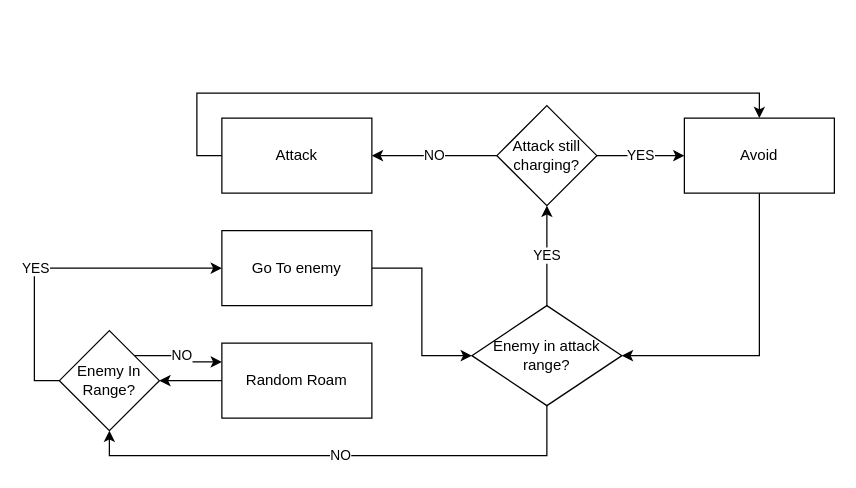
MikaelHans/Git_KB_UAS keeps this draw.io diagram as Diagrams/Basic Enemy State Machine.drawio. Above is the earlier version. Source tidied: cells renumbered, new cells numbered last; positions are measured from the earlier drawing's top-left corner, leaving out a move shared by most shapes. Both pictures are drawn from the tidied source at 125%, with x=0, y=0 at pixel (59, 105).
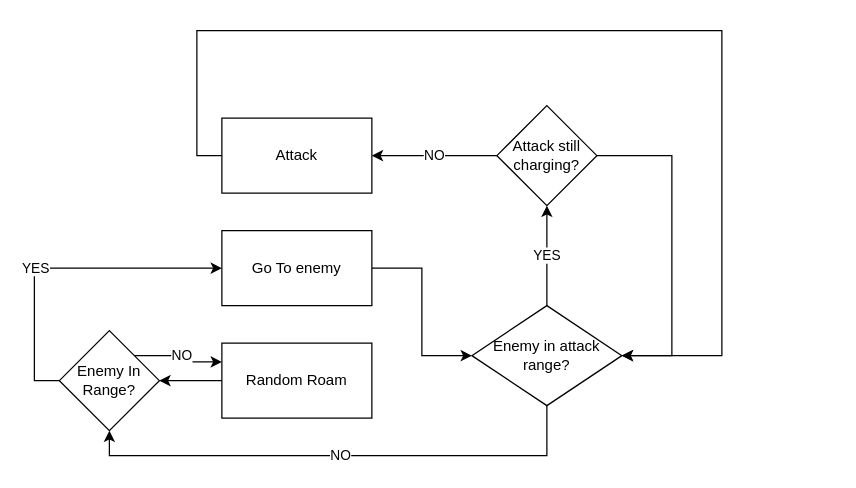
The same diagram, later.

Unchanged cells that the change refers to:
```xml
<mxCell id="11" value="Enemy in attack range?" style="rhombus;whiteSpace=wrap;html=1;" parent="1" vertex="1">
  <mxGeometry x="330" y="160" width="120" height="80" as="geometry" />
</mxCell>
<mxCell id="13" value="Attack" style="rounded=0;whiteSpace=wrap;html=1;" parent="1" vertex="1">
  <mxGeometry x="130" y="10" width="120" height="60" as="geometry" />
</mxCell>
<mxCell id="16" value="Attack still charging?" style="rhombus;whiteSpace=wrap;html=1;" parent="1" vertex="1">
  <mxGeometry x="350" width="80" height="80" as="geometry" />
</mxCell>
```

Change to the diagram source:
```diff
@@
-    <mxCell id="12" style="edgeStyle=orthogonalEdgeStyle;rounded=0;jettySize=auto;html=1;exitX=0;exitY=0.5;exitDx=0;exitDy=0;entryX=0.5;entryY=0;entryDx=0;entryDy=0;" parent="1" edge="1" source="13" target="18">
-      <mxGeometry relative="1" as="geometry" />
-    </mxCell>
+    <mxCell id="19" style="edgeStyle=orthogonalEdgeStyle;rounded=0;jettySize=auto;html=1;exitX=0;exitY=0.5;exitDx=0;exitDy=0;entryX=1;entryY=0.5;entryDx=0;entryDy=0;" parent="1" edge="1" source="13" target="11">
+      <mxGeometry relative="1" as="geometry">
+        <Array as="points">
+          <mxPoint x="110" y="40" />
+          <mxPoint x="110" y="-60" />
+          <mxPoint x="530" y="-60" />
+          <mxPoint x="530" y="200" />
+        </Array>
+      </mxGeometry>
+    </mxCell>
@@
-    <mxCell id="15" value="YES" style="edgeStyle=orthogonalEdgeStyle;rounded=0;jettySize=auto;html=1;exitX=1;exitY=0.5;exitDx=0;exitDy=0;entryX=0;entryY=0.5;entryDx=0;entryDy=0;" parent="1" edge="1" source="16" target="18">
-      <mxGeometry relative="1" as="geometry" />
-    </mxCell>
+    <mxCell id="20" style="edgeStyle=orthogonalEdgeStyle;rounded=0;jettySize=auto;html=1;exitX=1;exitY=0.5;exitDx=0;exitDy=0;" parent="1" edge="1" source="16">
+      <mxGeometry relative="1" as="geometry">
+        <mxPoint x="450" y="200" as="targetPoint" />
+        <Array as="points">
+          <mxPoint x="490" y="40" />
+          <mxPoint x="490" y="200" />
+        </Array>
+      </mxGeometry>
+    </mxCell>
@@
-    <mxCell id="17" style="edgeStyle=orthogonalEdgeStyle;rounded=0;jettySize=auto;html=1;exitX=0.5;exitY=1;exitDx=0;exitDy=0;entryX=1;entryY=0.5;entryDx=0;entryDy=0;" parent="1" edge="1" source="18" target="11">
-      <mxGeometry relative="1" as="geometry" />
-    </mxCell>
-    <mxCell id="18" value="Avoid" style="rounded=0;whiteSpace=wrap;html=1;" parent="1" vertex="1">
-      <mxGeometry x="500" y="10" width="120" height="60" as="geometry" />
-    </mxCell>
```
